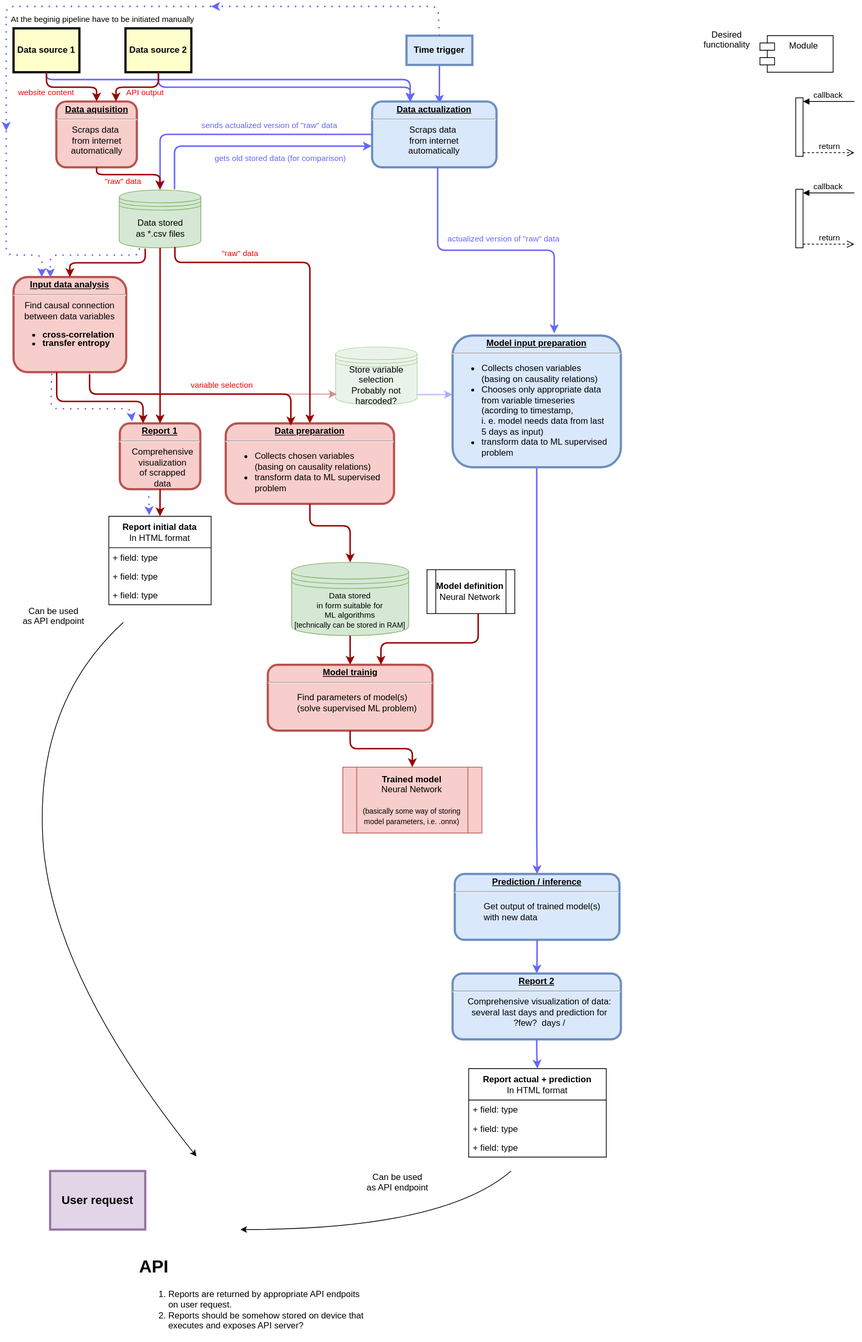
Earlier version of the draw.io export readme/Kopia Diagram bez tytułu.drawio.svg (KKobuszewski/aluminium-prediction). Source tidied: cells renumbered, new cells last; positions are measured from the earlier drawing's top-left corner, leaving out a move shared by most shapes.
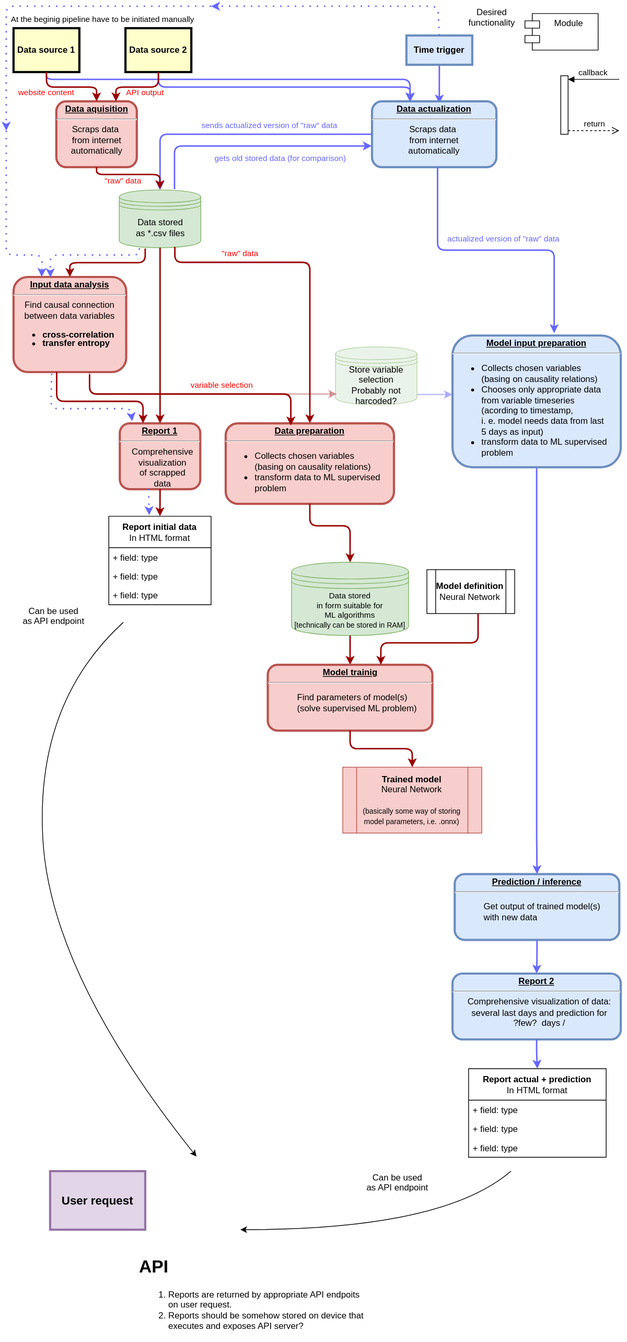
After the change.

The edit, as a diff of the source:
```diff
@@ -18,25 +18,25 @@
       <mxGeometry relative="1" as="geometry" />
     </mxCell>
     <mxCell id="7" value="Desired &#10;functionality" style="text;spacingTop=-5;align=center;" parent="1" vertex="1">
-      <mxGeometry x="970" y="30" width="30" height="20" as="geometry" />
+      <mxGeometry x="649" width="30" height="20" as="geometry" />
     </mxCell>
     <mxCell id="8" value="At the beginig pipeline have to be initiated manually" style="text;spacingTop=-5;align=center;fontSize=11;" parent="1" vertex="1">
       <mxGeometry x="2" y="10" width="260" height="20" as="geometry" />
     </mxCell>
     <mxCell id="9" value="Module" style="shape=module;align=left;spacingLeft=20;align=center;verticalAlign=top;whiteSpace=wrap;html=1;" parent="1" vertex="1">
-      <mxGeometry x="1030" y="40" width="100" height="50" as="geometry" />
+      <mxGeometry x="709" y="10" width="100" height="50" as="geometry" />
     </mxCell>
     <mxCell id="10" style="html=1;points=[[0,0,0,0,5],[0,1,0,0,-5],[1,0,0,0,5],[1,1,0,0,-5]];perimeter=orthogonalPerimeter;outlineConnect=0;targetShapes=umlLifeline;portConstraint=eastwest;newEdgeStyle={&quot;curved&quot;:0,&quot;rounded&quot;:0};" parent="1" vertex="1">
-      <mxGeometry x="1079" y="125" width="10" height="80" as="geometry" />
+      <mxGeometry x="758" y="95" width="10" height="80" as="geometry" />
     </mxCell>
     <mxCell id="11" value="callback" style="html=1;verticalAlign=bottom;endArrow=block;curved=0;rounded=0;entryX=1;entryY=0;entryDx=0;entryDy=5;" parent="1" edge="1" target="10">
       <mxGeometry relative="1" as="geometry">
-        <mxPoint x="1159" y="130" as="sourcePoint" />
+        <mxPoint x="838" y="100" as="sourcePoint" />
       </mxGeometry>
     </mxCell>
     <mxCell id="12" value="return" style="html=1;verticalAlign=bottom;endArrow=open;dashed=1;endSize=8;curved=0;rounded=0;exitX=1;exitY=1;exitDx=0;exitDy=-5;" parent="1" edge="1" source="10">
       <mxGeometry relative="1" as="geometry">
-        <mxPoint x="1159" y="200" as="targetPoint" />
+        <mxPoint x="838" y="170" as="targetPoint" />
       </mxGeometry>
     </mxCell>
     <mxCell id="13" value="&lt;div&gt;Data stored&lt;/div&gt;&lt;div&gt;as *.csv files&lt;br&gt;&lt;/div&gt;" style="shape=datastore;whiteSpace=wrap;html=1;fillColor=#d5e8d4;strokeColor=#82b366;" parent="1" vertex="1">
@@ -86,19 +86,6 @@
         </Array>
       </mxGeometry>
     </mxCell>
-    <mxCell id="24" style="html=1;points=[[0,0,0,0,5],[0,1,0,0,-5],[1,0,0,0,5],[1,1,0,0,-5]];perimeter=orthogonalPerimeter;outlineConnect=0;targetShapes=umlLifeline;portConstraint=eastwest;newEdgeStyle={&quot;curved&quot;:0,&quot;rounded&quot;:0};" parent="1" vertex="1">
-      <mxGeometry x="1079" y="250" width="10" height="80" as="geometry" />
-    </mxCell>
-    <mxCell id="25" value="callback" style="html=1;verticalAlign=bottom;endArrow=block;curved=0;rounded=0;entryX=1;entryY=0;entryDx=0;entryDy=5;" parent="1" edge="1" target="24">
-      <mxGeometry relative="1" as="geometry">
-        <mxPoint x="1159" y="255" as="sourcePoint" />
-      </mxGeometry>
-    </mxCell>
-    <mxCell id="26" value="return" style="html=1;verticalAlign=bottom;endArrow=open;dashed=1;endSize=8;curved=0;rounded=0;exitX=1;exitY=1;exitDx=0;exitDy=-5;" parent="1" edge="1" source="24">
-      <mxGeometry relative="1" as="geometry">
-        <mxPoint x="1159" y="325" as="targetPoint" />
-      </mxGeometry>
-    </mxCell>
     <mxCell id="27" value="&lt;p style=&quot;margin: 0px; margin-top: 4px; text-align: center; text-decoration: underline;&quot;&gt;&lt;strong&gt;Input data analysis&lt;br&gt;&lt;/strong&gt;&lt;/p&gt;&lt;hr&gt;&lt;div&gt;&lt;span style=&quot;font-weight: normal;&quot;&gt;Find causal connection&lt;/span&gt;&lt;/div&gt;&lt;div&gt;&lt;span style=&quot;font-weight: normal;&quot;&gt;between data variables&lt;/span&gt;&lt;/div&gt;&lt;div style=&quot;line-height: 100%;&quot; align=&quot;left&quot;&gt;&lt;ul style=&quot;line-height: 100%;&quot;&gt;&lt;li&gt;cross-correlation&lt;br&gt;&lt;/li&gt;&lt;li&gt;transfer entropy&lt;br&gt;&lt;/li&gt;&lt;/ul&gt;&lt;/div&gt;" style="verticalAlign=middle;align=center;overflow=fill;fontSize=12;fontFamily=Helvetica;html=1;rounded=1;fontStyle=1;strokeWidth=3;fillColor=#f8cecc;strokeColor=#b85450;" parent="1" vertex="1">
       <mxGeometry x="10" y="370" width="154" height="130" as="geometry" />
     </mxCell>
```
